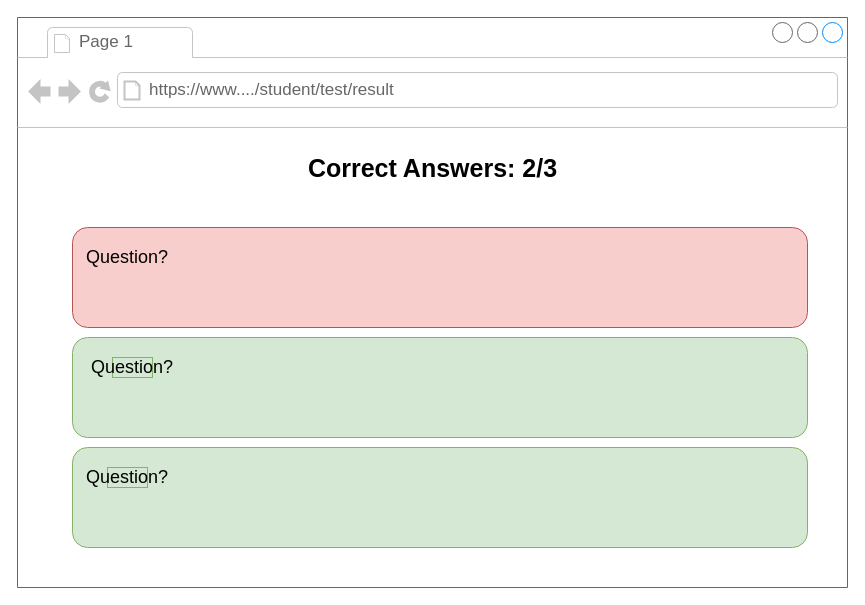
Above: page "result (students)" (14 of 14) of Untitled Diagram.drawio in BuiHongChien/online-test-web-app (draw.io), before the change. Source tidied: cells renumbered, new cells numbered last; positions are measured from the earlier drawing's top-left corner, leaving out a move shared by most shapes. Both pictures are drawn from the tidied source at 100%, with x=0, y=0 at pixel (17, 17).
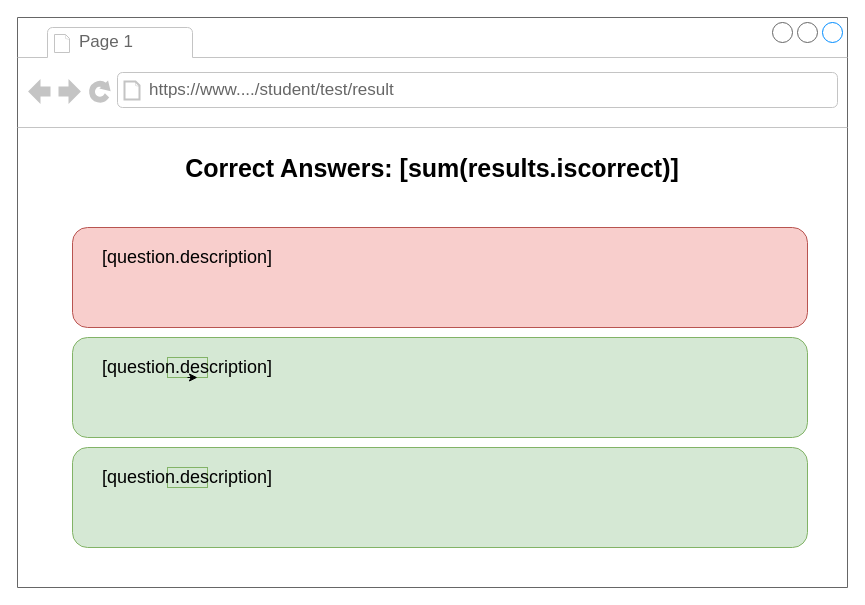
The same page after the edit.

What changed in the source:
```diff
@@
 <mxGraphModel>
   <root>
     <mxCell id="0" />
     <mxCell id="1" parent="0" />
     <mxCell id="2" style="strokeWidth=1;shadow=0;dashed=0;align=center;html=1;shape=mxgraph.mockup.containers.browserWindow;rSize=0;strokeColor=#666666;strokeColor2=#008cff;strokeColor3=#c4c4c4;mainText=,;fillColor=#FFFFFF;fontSize=18;fontColor=#000000;" parent="1" vertex="1">
       <mxGeometry width="830" height="570" as="geometry" />
     </mxCell>
     <mxCell id="3" value="Page 1" style="strokeWidth=1;shadow=0;dashed=0;align=center;html=1;shape=mxgraph.mockup.containers.anchor;fontSize=17;fontColor=#666666;align=left;" parent="2" vertex="1">
       <mxGeometry x="60" y="12" width="110" height="26" as="geometry" />
     </mxCell>
     <mxCell id="4" value="https://www..../student/test/result" style="strokeWidth=1;shadow=0;dashed=0;align=center;html=1;shape=mxgraph.mockup.containers.anchor;rSize=0;fontSize=17;fontColor=#666666;align=left;" parent="2" vertex="1">
       <mxGeometry x="130" y="60" width="250" height="26" as="geometry" />
     </mxCell>
-    <mxCell id="5" value="&lt;span style=&quot;font-size: 25px&quot;&gt;&lt;b&gt;Correct Answers: 2/3&lt;/b&gt;&lt;/span&gt;" style="text;html=1;strokeColor=none;fillColor=none;align=center;verticalAlign=middle;whiteSpace=wrap;rounded=0;fontSize=18;fontColor=#000000;" parent="2" vertex="1">
-      <mxGeometry x="263" y="140" width="305" height="20" as="geometry" />
+    <mxCell id="5" value="&lt;span style=&quot;font-size: 25px&quot;&gt;&lt;b&gt;Correct Answers: [sum(results.iscorrect)]&lt;/b&gt;&lt;/span&gt;" style="text;html=1;strokeColor=none;fillColor=none;align=center;verticalAlign=middle;whiteSpace=wrap;rounded=0;fontSize=18;fontColor=#000000;" parent="2" vertex="1">
+      <mxGeometry x="100" y="140" width="630" height="20" as="geometry" />
     </mxCell>
     <mxCell id="6" style="rounded=1;whiteSpace=wrap;html=1;strokeColor=#b85450;fillColor=#f8cecc;fontSize=18;align=center;" parent="2" vertex="1">
       <mxGeometry x="55" y="210" width="735" height="100" as="geometry" />
     </mxCell>
-    <mxCell id="7" value="Question?" style="text;html=1;strokeColor=none;fillColor=none;align=center;verticalAlign=middle;whiteSpace=wrap;rounded=0;fontSize=18;fontColor=#000000;" parent="2" vertex="1">
-      <mxGeometry x="90" y="230" width="40" height="20" as="geometry" />
+    <mxCell id="7" value="[question.description]" style="text;html=1;strokeColor=none;fillColor=none;align=center;verticalAlign=middle;whiteSpace=wrap;rounded=0;fontSize=18;fontColor=#000000;" parent="2" vertex="1">
+      <mxGeometry x="150" y="230" width="40" height="20" as="geometry" />
     </mxCell>
     <mxCell id="8" style="rounded=1;whiteSpace=wrap;html=1;strokeColor=#82b366;fillColor=#d5e8d4;fontSize=18;align=center;" parent="2" vertex="1">
       <mxGeometry x="55" y="320" width="735" height="100" as="geometry" />
     </mxCell>
-    <mxCell id="9" value="Question?" style="text;html=1;strokeColor=#82b366;fillColor=#d5e8d4;align=center;verticalAlign=middle;whiteSpace=wrap;rounded=0;fontSize=18;" parent="2" vertex="1">
-      <mxGeometry x="95" y="340" width="40" height="20" as="geometry" />
+    <mxCell id="9" value="[question.description]" style="text;html=1;strokeColor=#82b366;fillColor=#d5e8d4;align=center;verticalAlign=middle;whiteSpace=wrap;rounded=0;fontSize=18;" parent="2" vertex="1">
+      <mxGeometry x="150" y="340" width="40" height="20" as="geometry" />
     </mxCell>
     <mxCell id="10" style="rounded=1;whiteSpace=wrap;html=1;strokeColor=#82b366;fillColor=#d5e8d4;fontSize=18;align=center;" parent="2" vertex="1">
       <mxGeometry x="55" y="430" width="735" height="100" as="geometry" />
     </mxCell>
-    <mxCell id="11" value="Question?" style="text;html=1;strokeColor=#82b366;fillColor=#d5e8d4;align=center;verticalAlign=middle;whiteSpace=wrap;rounded=0;fontSize=18;" parent="2" vertex="1">
-      <mxGeometry x="90" y="450" width="40" height="20" as="geometry" />
+    <mxCell id="11" value="[question.description]" style="text;html=1;strokeColor=#82b366;fillColor=#d5e8d4;align=center;verticalAlign=middle;whiteSpace=wrap;rounded=0;fontSize=18;" parent="2" vertex="1">
+      <mxGeometry x="150" y="450" width="40" height="20" as="geometry" />
     </mxCell>
+    <mxCell id="12" style="edgeStyle=orthogonalEdgeStyle;rounded=0;orthogonalLoop=1;jettySize=auto;html=1;exitX=0.5;exitY=1;exitDx=0;exitDy=0;entryX=0.75;entryY=1;entryDx=0;entryDy=0;" parent="2" edge="1" source="9" target="9">
+      <mxGeometry relative="1" as="geometry" />
+    </mxCell>
   </root>
 </mxGraphModel>
```
